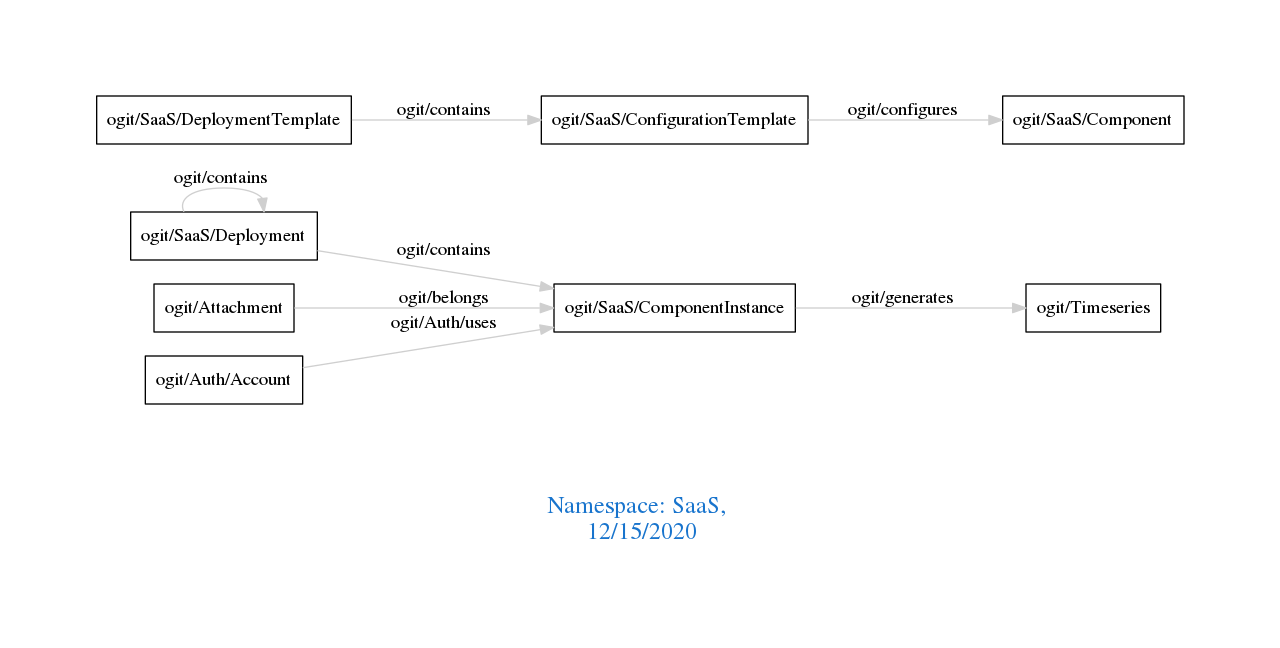
The Graphviz diagram downloads/SaaS.png in arago/OGIT, before a commit. Its source is kept beside it as downloads/SaaS.dot.
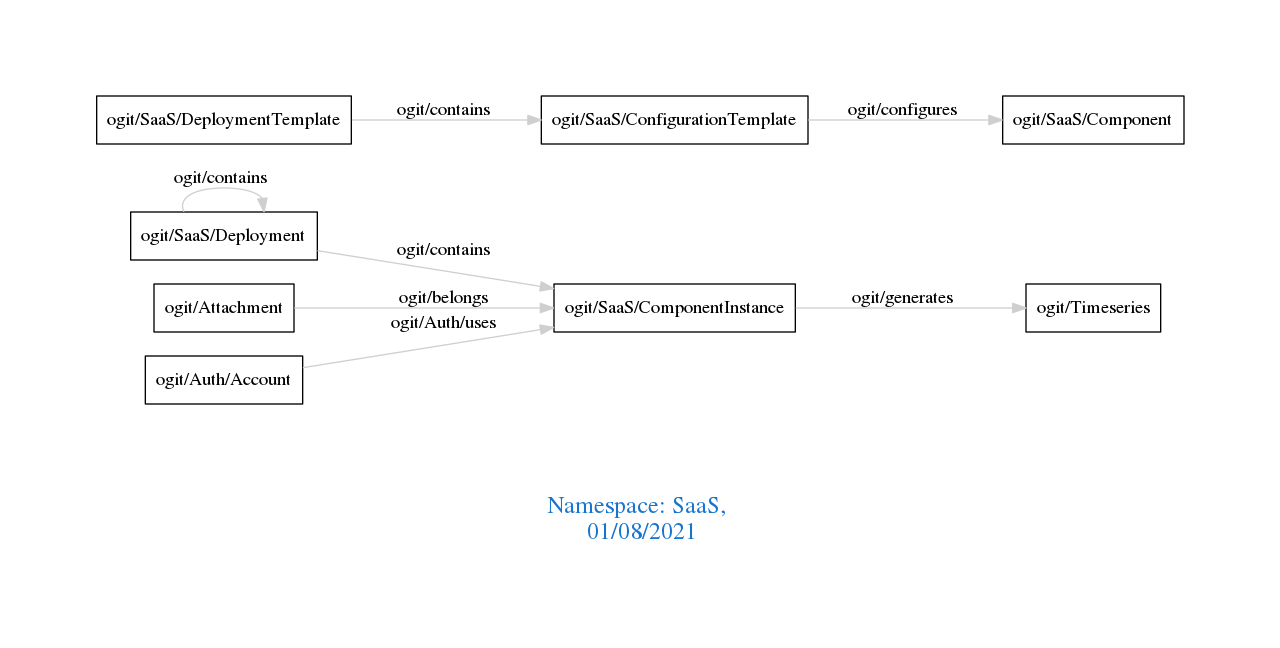
After the change.

What changed in the source:
```diff
@@ -1,7 +1,7 @@
 digraph OGIT_ontology {
  graph [ rankdir= LR,pad=1
 fontsize = 18,
-fontcolor= dodgerblue3,label = "\n\n\nNamespace: SaaS, \n 12/15/2020"];
+fontcolor= dodgerblue3,label = "\n\n\nNamespace: SaaS, \n 01/08/2021"];
 node[shape=polygon];
 edge [  color="gray81"];
 
```
